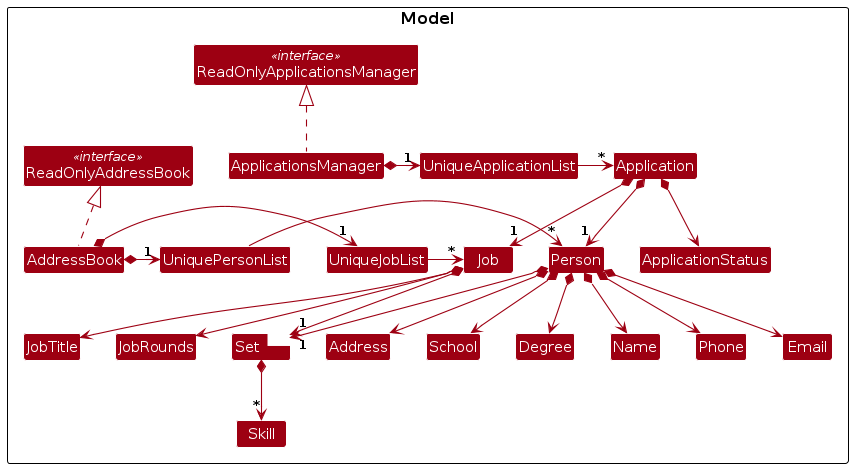
Before: diagrams/BetterModelClassDiagram.png, a diagram exported from PlantUML (Mingyuan03/tp). Its source is kept beside it as diagrams/BetterModelClassDiagram.puml. The source it was exported from:
```plantuml
@startuml
!include style.puml
skinparam arrowThickness 1.1
skinparam arrowColor MODEL_COLOR
skinparam classBackgroundColor MODEL_COLOR

package "Model" {
    class AddressBook
    class ApplicationsManager
    class "ReadOnlyAddressBook" as ROAddressBook <<interface>>
    class "ReadOnlyApplicationsManager" as ROApplicationsManager <<interface>>

    class UniquePersonList
    class Person
    class Name
    class Phone
    class Email
    class Address
    class School
    class Degree

    class UniqueJobList
    class Job
    class JobTitle
    class JobRounds

    class UniqueApplicationList
    class Application
    class ApplicationStatus

    class "Set<Skill>" as SkillSet
    class Skill

    AddressBook .up.|> ROAddressBook
    ApplicationsManager .up.|> ROApplicationsManager

    AddressBook *-right-> "1" UniquePersonList
    AddressBook *-right-> "1" UniqueJobList

    ApplicationsManager *-right-> "1" UniqueApplicationList

    UniquePersonList -right-> "*" Person
    UniqueJobList -right-> "*" Job
    UniqueApplicationList -right-> "*" Application

    Person *--> Name
    Person *--> Phone
    Person *--> Email
    Person *--> Address
    Person *--> School
    Person *--> Degree
    Person *--> "1" SkillSet

    Job *--> JobTitle
    Job *--> JobRounds
    Job *--> "1" SkillSet

    Application *--> "1" Person
    Application *--> "1" Job
    Application *--> ApplicationStatus

    SkillSet *--> "*" Skill
}
@enduml
```
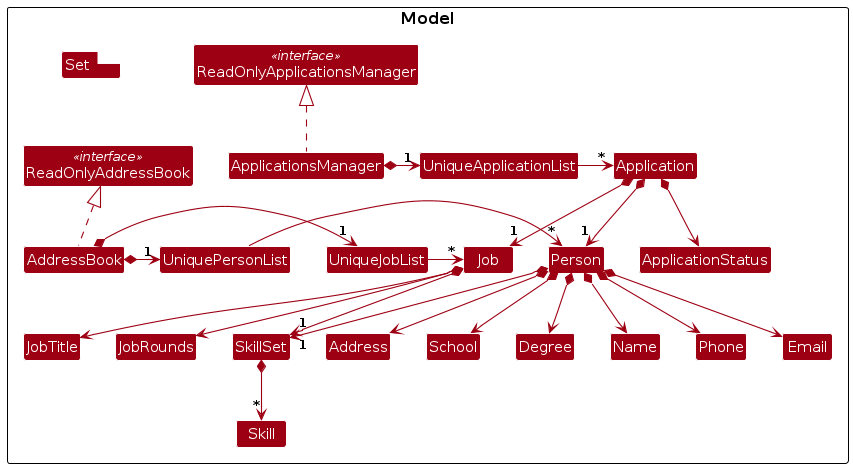
Above is the later version.

Change to the diagram source:
```diff
@@ -28,7 +28,7 @@
     class Application
     class ApplicationStatus
 
-    class "Set<Skill>" as SkillSet
+    class "Set<Skill>" as Skillset
     class Skill
 
     AddressBook .up.|> ROAddressBook
```
